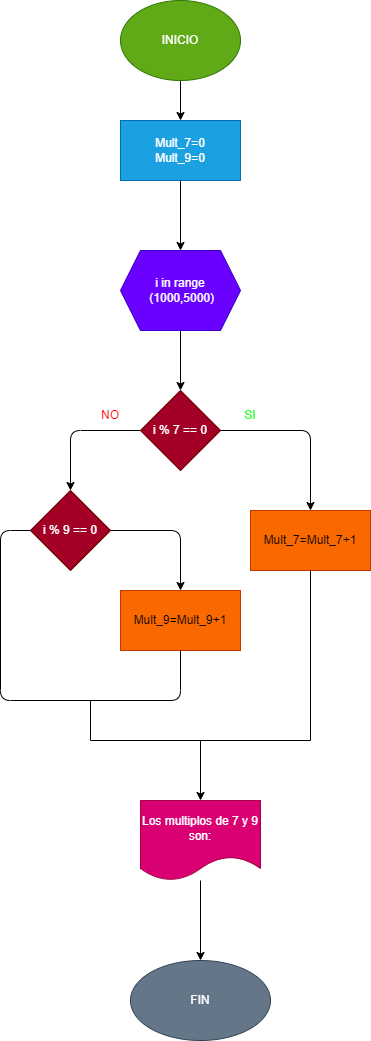
Steeven117/Ejercicio-for keeps this draw.io diagram as ejercicio-2/diagrama.png. Above is the earlier version. Source tidied: cells renumbered, new cells last; positions are measured from the earlier drawing's top-left corner, leaving out a move shared by most shapes.
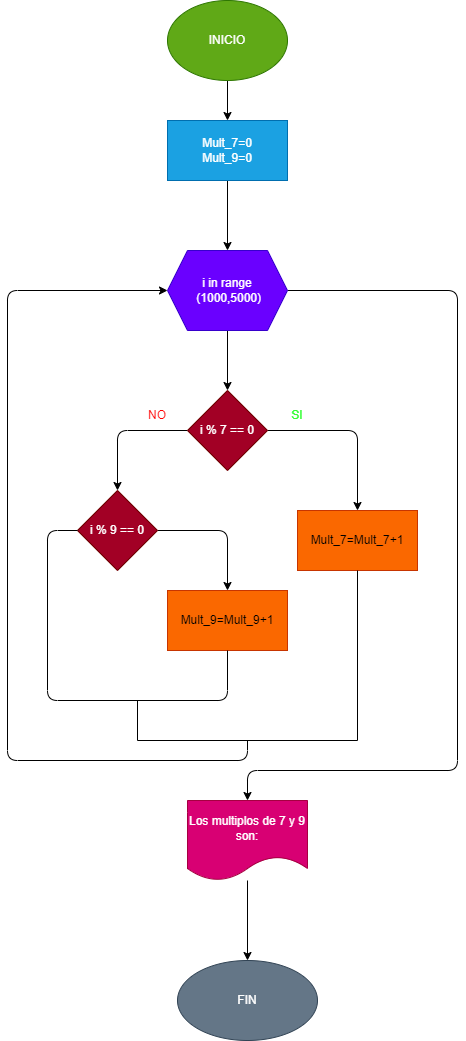
The same diagram one commit later.

Change to the diagram source:
```diff
@@ -17,6 +17,15 @@
     <mxCell id="6" style="edgeStyle=none;html=1;entryX=0.5;entryY=0;entryDx=0;entryDy=0;" parent="1" edge="1" source="7" target="10">
       <mxGeometry relative="1" as="geometry" />
     </mxCell>
+    <mxCell id="25" style="edgeStyle=none;html=1;entryX=0.5;entryY=0;entryDx=0;entryDy=0;" parent="1" edge="1" source="7" target="23">
+      <mxGeometry relative="1" as="geometry">
+        <Array as="points">
+          <mxPoint x="410" y="290" />
+          <mxPoint x="410" y="770" />
+          <mxPoint x="200" y="770" />
+        </Array>
+      </mxGeometry>
+    </mxCell>
     <mxCell id="7" value="i in range&lt;br&gt;&amp;nbsp;(1000,5000)" style="shape=hexagon;perimeter=hexagonPerimeter2;whiteSpace=wrap;html=1;fixedSize=1;fillColor=#6a00ff;fontColor=#ffffff;strokeColor=#3700CC;" parent="1" vertex="1">
       <mxGeometry x="120" y="250" width="120" height="80" as="geometry" />
     </mxCell>
@@ -85,11 +94,6 @@
         <mxPoint x="310" y="740" as="targetPoint" />
       </mxGeometry>
     </mxCell>
-    <mxCell id="21" style="endArrow=classic;html=1;entryX=0.5;entryY=0;entryDx=0;entryDy=0;" parent="1" edge="1" target="23">
-      <mxGeometry relative="1" as="geometry">
-        <mxPoint x="200" y="740" as="sourcePoint" />
-      </mxGeometry>
-    </mxCell>
     <mxCell id="22" style="edgeStyle=none;html=1;" parent="1" edge="1" source="23" target="24">
       <mxGeometry relative="1" as="geometry" />
     </mxCell>
@@ -99,5 +103,15 @@
     <mxCell id="24" value="FIN" style="ellipse;whiteSpace=wrap;html=1;fillColor=#647687;strokeColor=#314354;fontColor=#ffffff;" parent="1" vertex="1">
       <mxGeometry x="130" y="960" width="140" height="80" as="geometry" />
     </mxCell>
+    <mxCell id="26" style="endArrow=classic;html=1;entryX=0;entryY=0.5;entryDx=0;entryDy=0;" parent="1" edge="1" target="7">
+      <mxGeometry relative="1" as="geometry">
+        <mxPoint x="200" y="740" as="sourcePoint" />
+        <Array as="points">
+          <mxPoint x="200" y="760" />
+          <mxPoint x="-40" y="760" />
+          <mxPoint x="-40" y="290" />
+        </Array>
+      </mxGeometry>
+    </mxCell>
   </root>
 </mxGraphModel>
```
